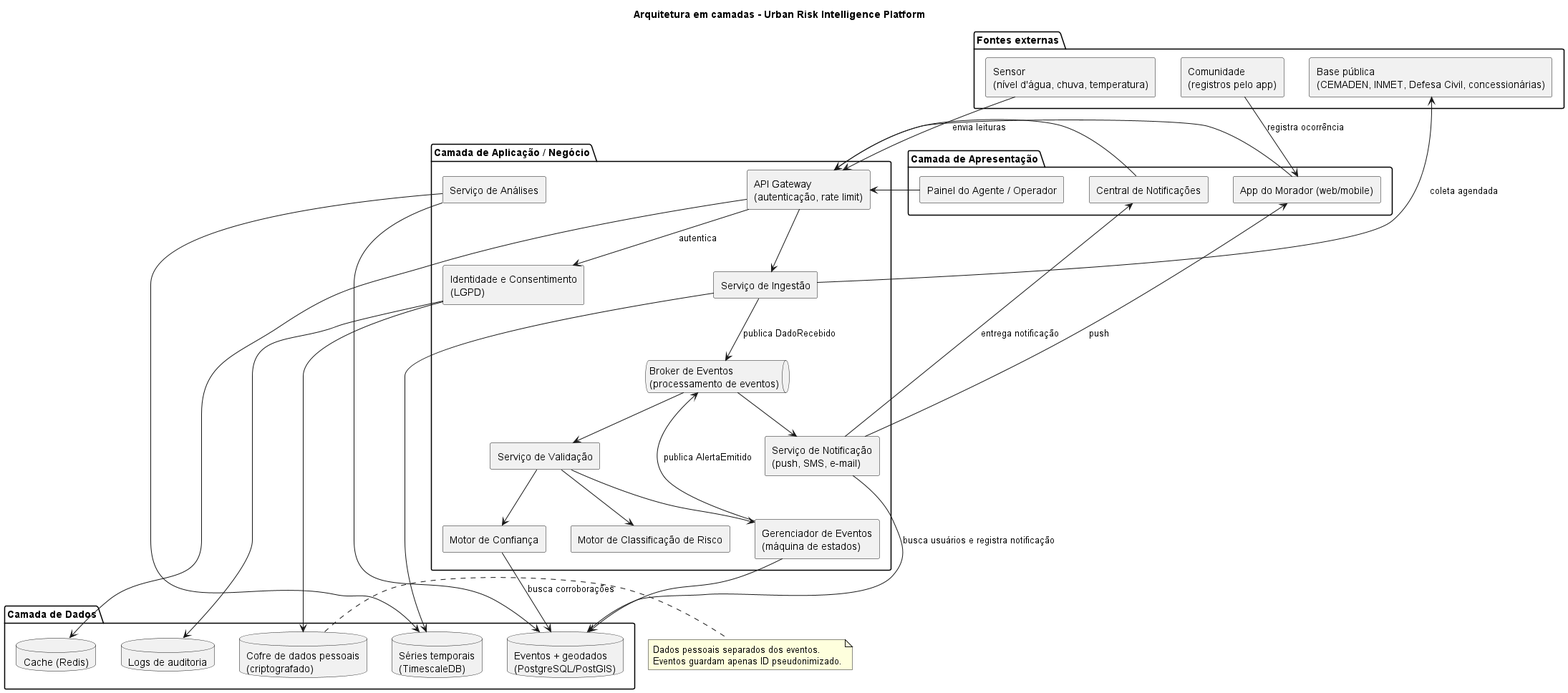
This is docs/diagramas/arquitetura.png from IsaacEmerick/urban-risk-platform, a PlantUML export, as it was before one commit.
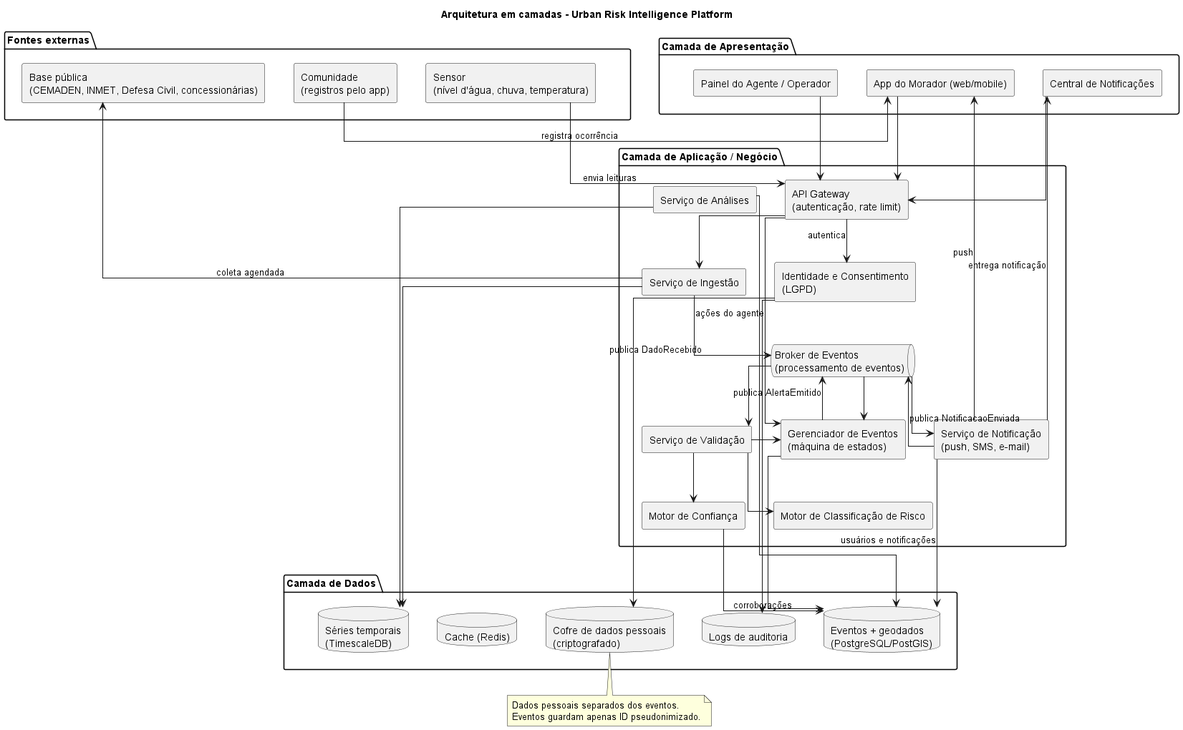
The same file after the commit.

Commit message:
Fila de validação, Perfil e arquitetura de cima para baixo

Diff of the diagram source:
```diff
@@ -1,21 +1,26 @@
 @startuml arquitetura
 title Arquitetura em camadas - Urban Risk Intelligence Platform
+top to bottom direction
 skinparam componentStyle rectangle
+skinparam linetype ortho
+skinparam nodesep 40
+skinparam ranksep 60
 
-package "Fontes externas" {
+package "Fontes externas" as FONTES {
   [Sensor\n(nível d'água, chuva, temperatura)] as S
   [Base pública\n(CEMADEN, INMET, Defesa Civil, concessionárias)] as API
   [Comunidade\n(registros pelo app)] as COM
 }
 
-package "Camada de Apresentação" {
+package "Camada de Apresentação" as APRES {
   [App do Morador (web/mobile)] as APP
   [Painel do Agente / Operador] as PAINEL
   [Central de Notificações] as CNUI
 }
 
-package "Camada de Aplicação / Negócio" {
+package "Camada de Aplicação / Negócio" as APLIC {
   [API Gateway\n(autenticação, rate limit)] as GW
+  [Identidade e Consentimento\n(LGPD)] as IAM
   [Serviço de Ingestão] as ING
   queue "Broker de Eventos\n(processamento de eventos)" as BR
   [Serviço de Validação] as VAL
@@ -24,10 +29,9 @@
   [Gerenciador de Eventos\n(máquina de estados)] as EV
   [Serviço de Notificação\n(push, SMS, e-mail)] as NOT
   [Serviço de Análises] as ANA
-  [Identidade e Consentimento\n(LGPD)] as IAM
 }
 
-package "Camada de Dados" {
+package "Camada de Dados" as DADOS {
   database "Eventos + geodados\n(PostgreSQL/PostGIS)" as DB
   database "Séries temporais\n(TimescaleDB)" as TS
   database "Cofre de dados pessoais\n(criptografado)" as PII
@@ -35,34 +39,53 @@
   database "Cache (Redis)" as CACHE
 }
 
-COM --> APP : registra ocorrência
-S --> GW : envia leituras
-ING --> API : coleta agendada
-APP --> GW
-PAINEL --> GW
-CNUI --> GW
-GW --> IAM : autentica
-GW --> ING
-GW --> CACHE
-ING --> BR : publica DadoRecebido
-ING --> TS
-BR --> VAL
-VAL --> CONF
-VAL --> RISK
-VAL --> EV
-CONF --> DB : busca corroborações
-EV --> DB
-EV --> BR : publica AlertaEmitido
-BR --> NOT
-NOT --> DB : busca usuários e registra notificação
-NOT --> APP : push
-NOT --> CNUI : entrega notificação
-ANA --> DB
-ANA --> TS
-IAM --> PII
-IAM --> LOG
+S -[hidden]right- API
+API -[hidden]right- COM
+COM -[hidden]right- APP
+APP -[hidden]right- PAINEL
+PAINEL -[hidden]right- CNUI
+FONTES -[hidden]down- APLIC
+APRES -[hidden]down- APLIC
+APLIC -[hidden]down- DADOS
+GW -[hidden]right- ANA
+ING -[hidden]right- IAM
+CONF -[hidden]right- RISK
+DB -[hidden]right- TS
+TS -[hidden]right- CACHE
+PII -[hidden]right- LOG
 
-note right of PII
+COM -right-> APP : registra ocorrência
+S -down-> GW : envia leituras
+ING -up-> API : coleta agendada
+APP -down-> GW
+PAINEL -down-> GW
+CNUI -down-> GW
+
+GW -down-> IAM : autentica
+GW -down-> ING
+GW -down-> EV : ações do agente
+ING -down-> BR : publica DadoRecebido
+BR -down-> VAL
+VAL -down-> CONF
+VAL -down-> RISK
+VAL -right-> EV
+EV -up-> BR : publica AlertaEmitido
+BR -down-> NOT
+NOT -up-> BR : publica NotificacaoEnviada
+BR -down-> EV
+NOT -up-> APP : push
+NOT -up-> CNUI : entrega notificação
+
+CONF -down-> DB : corroborações
+EV -down-> DB
+NOT -down-> DB : usuários e notificações
+ING -down-> TS
+ANA -down-> DB
+ANA -down-> TS
+IAM -down-> PII
+IAM -down-> LOG
+
+note bottom of PII
   Dados pessoais separados dos eventos.
   Eventos guardam apenas ID pseudonimizado.
 end note
```
